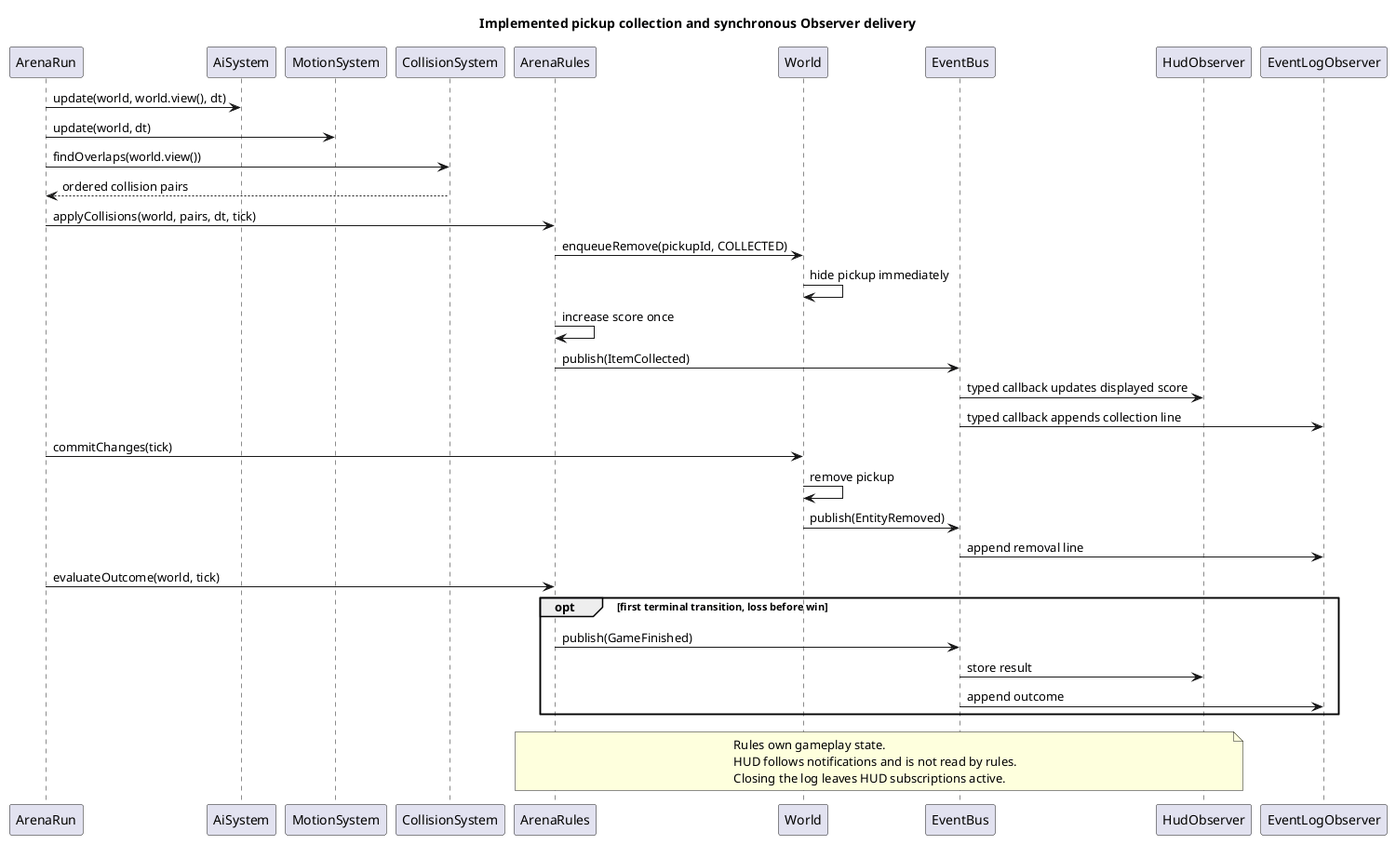
Above: docs/uml/rendered/collection-sequence.png in AlmazCode/JSE (PlantUML), before the change.
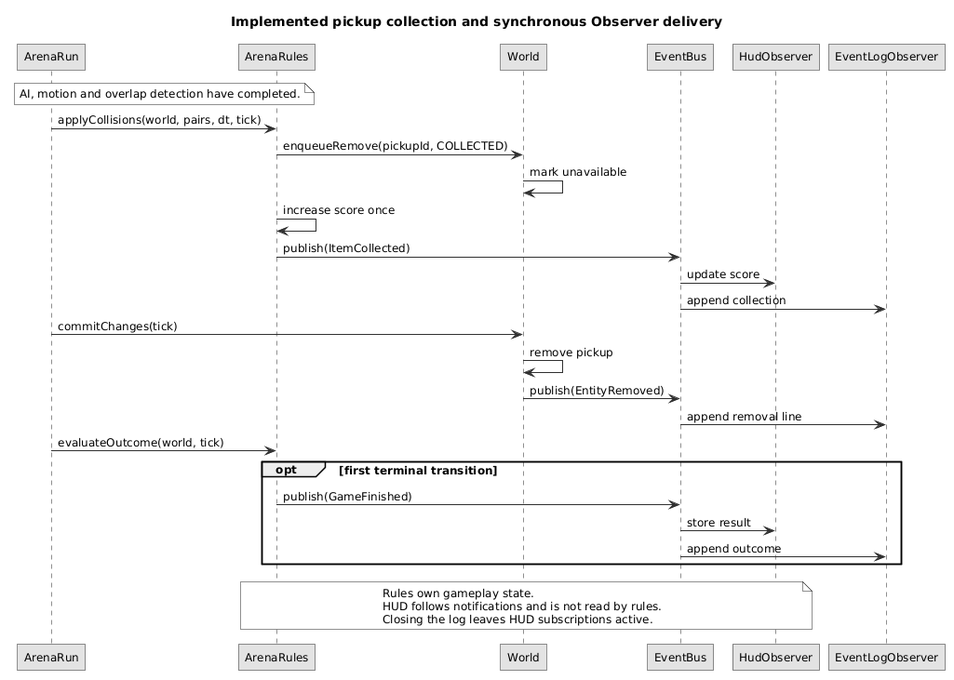
The same file after the commit.

What changed in the source:
```diff
@@ -1,31 +1,28 @@
 @startuml
+!include style.puml
 title Implemented pickup collection and synchronous Observer delivery
 participant ArenaRun as Run
-participant AiSystem as AI
-participant MotionSystem as Motion
-participant CollisionSystem as Collision
 participant ArenaRules as Rules
 participant World
 participant EventBus as Bus
 participant HudObserver as Hud
 participant EventLogObserver as Log
-Run -> AI : update(world, world.view(), dt)
-Run -> Motion : update(world, dt)
-Run -> Collision : findOverlaps(world.view())
-Collision --> Run : ordered collision pairs
+note over Run,Rules
+AI, motion and overlap detection have completed.
+end note
 Run -> Rules : applyCollisions(world, pairs, dt, tick)
 Rules -> World : enqueueRemove(pickupId, COLLECTED)
-World -> World : hide pickup immediately
+World -> World : mark unavailable
 Rules -> Rules : increase score once
 Rules -> Bus : publish(ItemCollected)
-Bus -> Hud : typed callback updates displayed score
-Bus -> Log : typed callback appends collection line
+Bus -> Hud : update score
+Bus -> Log : append collection
 Run -> World : commitChanges(tick)
 World -> World : remove pickup
 World -> Bus : publish(EntityRemoved)
 Bus -> Log : append removal line
 Run -> Rules : evaluateOutcome(world, tick)
-opt first terminal transition, loss before win
+opt first terminal transition
   Rules -> Bus : publish(GameFinished)
   Bus -> Hud : store result
   Bus -> Log : append outcome
```
